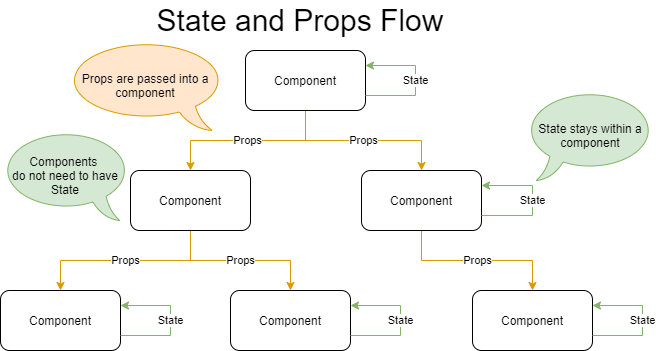
Above: public/diagrams/stateandprops.png in pgeeh/first-to-react (draw.io), before the change. Source tidied: cells renumbered, new cells last; positions are measured from the earlier drawing's top-left corner, leaving out a move shared by most shapes.
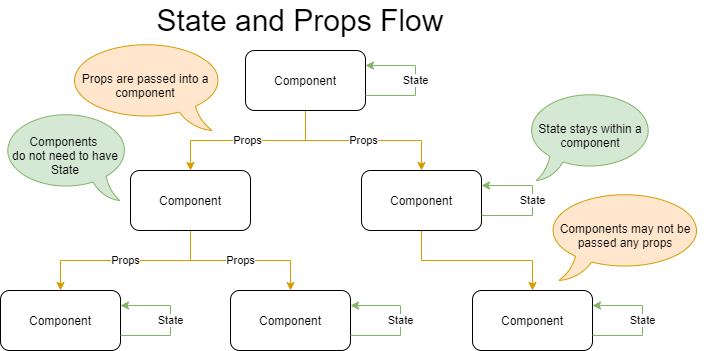
After the change.

Change to the diagram source:
```diff
@@ -11,7 +11,7 @@
     <mxCell id="4" value="Component" style="rounded=1;whiteSpace=wrap;html=1;" parent="1" vertex="1">
       <mxGeometry x="245" y="50" width="120" height="60" as="geometry" />
     </mxCell>
-    <mxCell id="5" value="Props" style="edgeStyle=orthogonalEdgeStyle;rounded=0;jettySize=auto;html=1;fillColor=#ffe6cc;strokeColor=#d79b00;" parent="1" edge="1" source="6" target="11">
+    <mxCell id="5" style="edgeStyle=orthogonalEdgeStyle;rounded=0;jettySize=auto;html=1;fillColor=#ffe6cc;strokeColor=#d79b00;" parent="1" edge="1" source="6" target="11">
       <mxGeometry relative="1" as="geometry" />
     </mxCell>
     <mxCell id="6" value="Component" style="rounded=1;whiteSpace=wrap;html=1;" parent="1" vertex="1">
@@ -87,7 +87,10 @@
       <mxGeometry x="85" width="430" height="40" as="geometry" />
     </mxCell>
     <mxCell id="21" value="Components &lt;br&gt;do not need to have State" style="whiteSpace=wrap;html=1;shape=mxgraph.basic.oval_callout;fillColor=#d5e8d4;strokeColor=#82b366;flipH=1;" parent="1" vertex="1">
-      <mxGeometry y="130" width="130" height="90" as="geometry" />
+      <mxGeometry y="110" width="130" height="90" as="geometry" />
     </mxCell>
+    <mxCell id="22" value="Components may not be passed any props" style="whiteSpace=wrap;html=1;shape=mxgraph.basic.oval_callout;flipH=0;fillColor=#ffe6cc;strokeColor=#d79b00;" parent="1" vertex="1">
+      <mxGeometry x="545" y="190" width="160" height="90" as="geometry" />
+    </mxCell>
   </root>
 </mxGraphModel>
```
